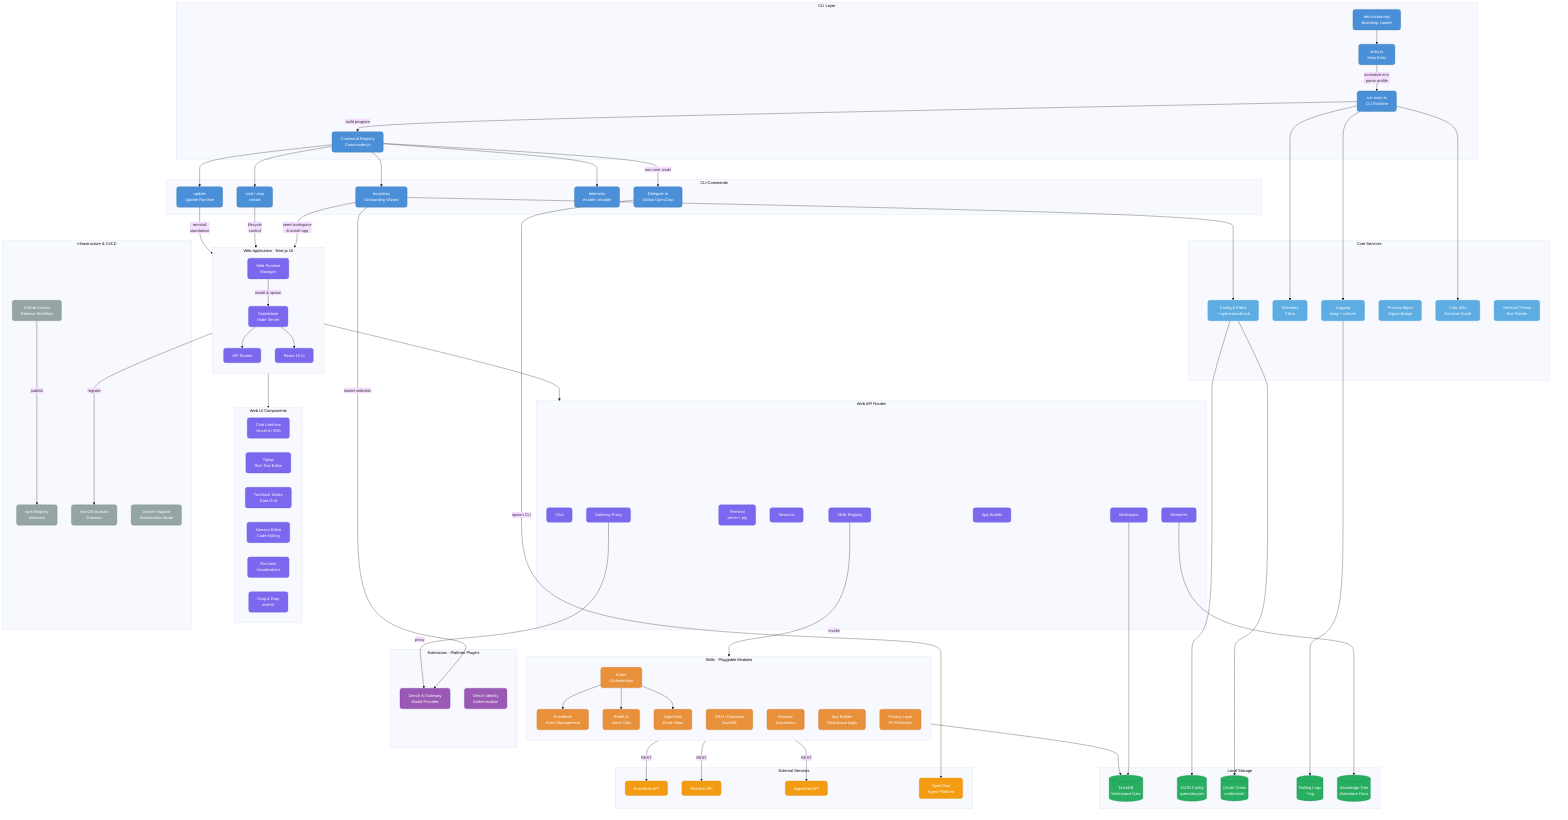
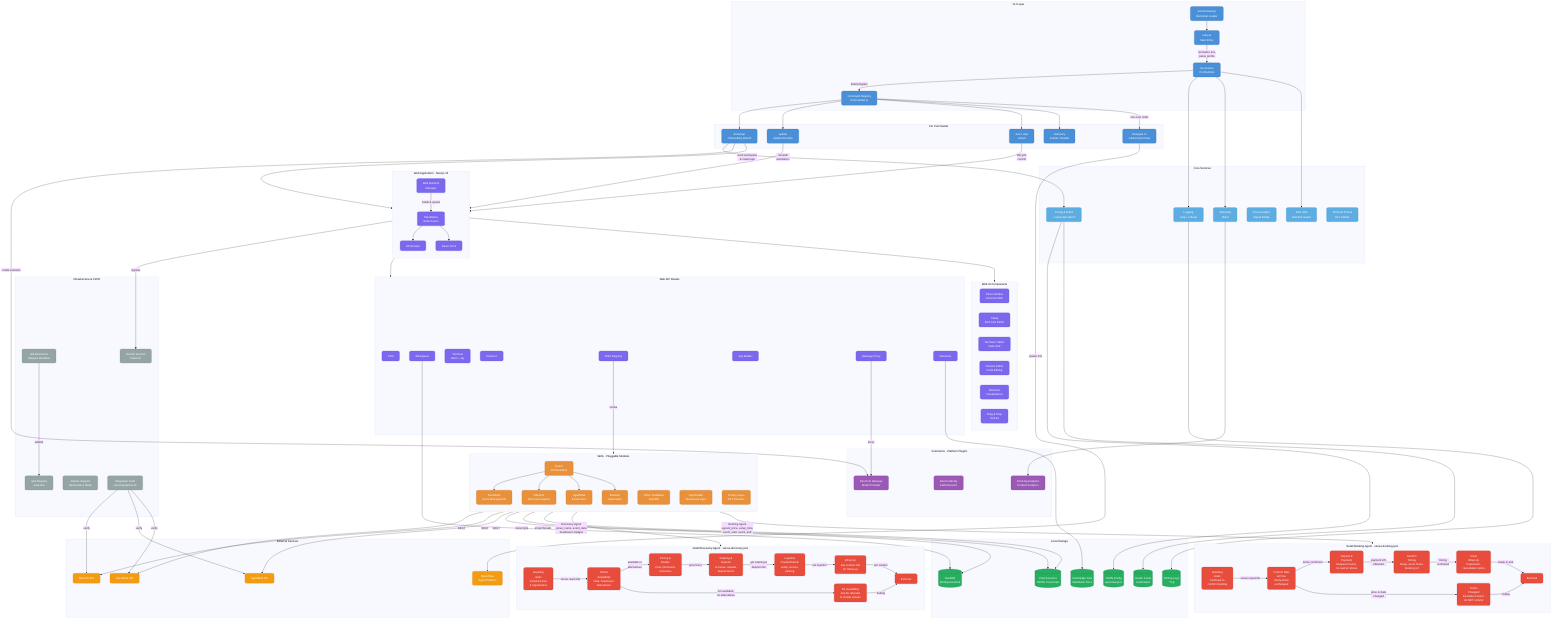
%%{ init: { "theme": "base", "themeVariables": { "fontSize": "14px" } } }%%
flowchart TD

    %% ── Entry ──────────────────────────────────────────────
    subgraph CLI["CLI Layer"]
        ENTRY["denchclaw.mjs\nBootstrap Loader"]
        MAIN["entry.ts\nMain Entry"]
        RUNNER["run-main.ts\nCLI Runtime"]
        CMDREG["Command Registry\nCommander.js"]

        ENTRY --> MAIN
        MAIN -->|"normalize env,\nparse profile"| RUNNER
        RUNNER -->|"build program"| CMDREG
    end

    subgraph COMMANDS["CLI Commands"]
        BOOT["bootstrap\nOnboarding Wizard"]
        UPDATE["update\nUpdate Runtime"]
        START["start / stop\nrestart"]
        TELEM_CMD["telemetry\nenable / disable"]
        DELEGATE["Delegate to\nGlobal OpenClaw"]

        CMDREG --> BOOT
        CMDREG --> UPDATE
        CMDREG --> START
        CMDREG --> TELEM_CMD
        CMDREG -->|"non-core cmds"| DELEGATE
    end

    %% ── Web Application ───────────────────────────────────
    subgraph WEB["Web Application · Next.js 15"]
        direction TB
        WEBRT["Web Runtime\nManager"]
        SERVER["Standalone\nNode Server"]
        APIROUTES["API Routes"]
        UI["React 19 UI"]

        WEBRT -->|"install & spawn"| SERVER
        SERVER --> APIROUTES
        SERVER --> UI
    end

    subgraph WEBAPI["Web API Routes"]
        CHAT_API["Chat"]
        WORKSPACE_API["Workspace"]
        TERMINAL_API["Terminal\nxterm + pty"]
        SESSIONS_API["Sessions"]
        SKILLS_API["Skills Registry"]
        APPS_API["App Builder"]
        GATEWAY_API["Gateway Proxy"]
        MEMORIES_API["Memories"]
    end

    subgraph WEBUI["Web UI Components"]
        CHATUI["Chat Interface\nVercel AI SDK"]
        EDITOR["Tiptap\nRich Text Editor"]
        TABLES["TanStack Tables\nData Grid"]
        MONACOUI["Monaco Editor\nCode Editing"]
        CHARTS["Recharts\nVisualizations"]
        DND["Drag & Drop\ndnd-kit"]
    end

    APIROUTES --> WEBAPI
    UI --> WEBUI

    %% ── Skills ─────────────────────────────────────────────
    subgraph SKILLS["Skills · Pluggable Modules"]
        direction TB
        EVENTBRITE["Eventbrite\nEvent Management"]
-         RETELL["Retell AI\nVoice Calls"]
+         RETELL["Retell AI\nDual Voice Agents"]
        AGENTMAIL["AgentMail\nEmail Inbox"]
        ORCHESTRATION["Event\nOrchestration"]
        CRM["CRM / Database\nDuckDB"]
        BROWSER["Browser\nAutomation"]
        APPBUILDER["App Builder\nWorkspace Apps"]
        PRIVACY["Privacy Layer\nPII Protection"]
    end

    %% ── Extensions ─────────────────────────────────────────
    subgraph EXTENSIONS["Extensions · Platform Plugins"]
        AIGATEWAY["Dench AI Gateway\nModel Provider"]
        IDENTITY["Dench Identity\nAuthentication"]
+         POSTHOG["PostHog Analytics\nProduct Analytics"]
    end

    %% ── Core Services ──────────────────────────────────────
    subgraph CORE["Core Services"]
        LOGGING["Logging\ntslog + rollover"]
        TELEMETRY["Telemetry\nClient"]
        CONFIG["Config & Paths\n~/.openclaw-dench"]
        PROCESS["Process Mgmt\nSignal Bridge"]
        INFRA["Infra Utils\nRuntime Guard"]
        TERMINAL_MOD["Terminal Theme\nEve Palette"]
    end

    %% ── External Services ──────────────────────────────────
    subgraph EXTERNAL["External Services"]
        EVENTBRITE_API["Eventbrite API"]
        RETELL_API["Retell AI API"]
        AGENTMAIL_API["AgentMail API"]
        OPENCLAW["OpenClaw\nAgent Platform"]
    end

    %% ── Storage ────────────────────────────────────────────
    subgraph STORAGE["Local Storage"]
        DUCKDB[("DuckDB\nWorkspace Data")]
        JSONCONF[("JSON Config\nopenclaw.json")]
        OAUTH[("OAuth Creds\ncredentials/")]
        LOGS[("Rolling Logs\n*.log")]
        MARKDOWN[("Knowledge Tree\nMarkdown Docs")]
+         CHATSESSIONS[("Chat Sessions\nJSONL Transcripts")]
    end

    %% ── Infrastructure ─────────────────────────────────────
    subgraph INFRA_CI["Infrastructure & CI/CD"]
        GHA["GitHub Actions\nRelease Workflow"]
        NPM["npm Registry\neveevent"]
        LAUNCHD["macOS launchd\nDaemon"]
        DOCKER["Docker Support\nDaemonless Mode"]
+         INTEGRATION_TESTS["Integration Tests\ntest-integrations.sh"]
    end

    %% ── Relationships ──────────────────────────────────────

    %% CLI → Web
    BOOT -->|"seed workspace\n& install app"| WEBRT
    START -->|"lifecycle\ncontrol"| WEBRT
    UPDATE -->|"reinstall\nstandalone"| WEBRT

    %% CLI → Core
    BOOT --> CONFIG
    RUNNER --> LOGGING
    RUNNER --> TELEMETRY
    RUNNER --> INFRA
    BOOT -->|"model selection"| AIGATEWAY

    %% CLI → External
    DELEGATE -->|"spawn CLI"| OPENCLAW

    %% Web → Skills
    SKILLS_API -->|"invoke"| SKILLS

    %% Web → Storage
    WORKSPACE_API --> DUCKDB
    MEMORIES_API --> MARKDOWN
    GATEWAY_API -->|"proxy"| AIGATEWAY

    %% Skills → External APIs
    EVENTBRITE -->|"REST"| EVENTBRITE_API
    RETELL -->|"REST"| RETELL_API
    AGENTMAIL -->|"REST"| AGENTMAIL_API
    ORCHESTRATION --> EVENTBRITE
    ORCHESTRATION --> RETELL
    ORCHESTRATION --> AGENTMAIL
+     ORCHESTRATION --> BROWSER
    CRM --> DUCKDB

+     %% Skills → Storage
+     RETELL -->|"transcripts"| CHATSESSIONS
+     AGENTMAIL -->|"email threads"| CHATSESSIONS
+ 
    %% Extensions
- 
+     TELEMETRY --> POSTHOG

    %% Core → Storage
    CONFIG --> JSONCONF
    CONFIG --> OAUTH
    LOGGING --> LOGS

    %% Infra/CI
    GHA -->|"publish"| NPM
    WEBRT -->|"register"| LAUNCHD
+     INTEGRATION_TESTS -->|"verify"| RETELL_API
+     INTEGRATION_TESTS -->|"verify"| AGENTMAIL_API
+     INTEGRATION_TESTS -->|"verify"| EVENTBRITE_API
+ 
+     %% ══════════════════════════════════════════════════════
+     %% Retell AI Agent Architectures
+     %% ══════════════════════════════════════════════════════
+ 
+     %% ── Discovery Agent ──────────────────────────────────
+     subgraph DISCOVERY_AGENT["Retell Discovery Agent · venue-discovery.json"]
+         direction LR
+         D_GREET["Greeting\n·static·\nIntroduce Eve\n& organization"]
+         D_AVAIL["Check\nAvailability\nDate, headcount,\nalternatives"]
+         D_PRICE["Pricing &\nDetails\nCost, minimums,\ninclusions"]
+         D_CATER["Catering &\nDeposit\nIn-house, outside,\ndeposit terms"]
+         D_LOGIS["Logistics\nPrivate/shared,\nsetup, access,\nparking"]
+         D_WRAP["Wrap Up\nGet contact info\nfor follow-up"]
+         D_NOAVAIL["No Availability\nAsk for referrals\nto similar venues"]
+         D_END["End Call"]
+ 
+         D_GREET -->|"venue responds"| D_AVAIL
+         D_AVAIL -->|"available or\nalternatives"| D_PRICE
+         D_AVAIL -->|"not available,\nno alternatives"| D_NOAVAIL
+         D_PRICE -->|"got pricing"| D_CATER
+         D_CATER -->|"got catering &\ndeposit info"| D_LOGIS
+         D_LOGIS -->|"got logistics"| D_WRAP
+         D_WRAP -->|"got contact"| D_END
+         D_NOAVAIL -->|"ending"| D_END
+     end
+ 
+     %% ── Booking Agent ────────────────────────────────────
+     subgraph BOOKING_AGENT["Retell Booking Agent · venue-booking.json"]
+         direction LR
+         B_GREET["Greeting\n·static·\nCall back to\nconfirm booking"]
+         B_CONFIRM["Confirm Date\n& Price\nVerify terms\nunchanged"]
+         B_DEPOSIT["Deposit &\nPayment\nRequest invoice,\nno card on phone"]
+         B_TIMING["Confirm\nTiming\nSetup, event hours,\nbooking ref"]
+         B_FINAL["Final\nWrap Up\nPaperwork,\ncancellation policy"]
+         B_CHANGED["Terms\nChanged\nEscalate to team,\ndo NOT commit"]
+         B_END["End Call"]
+ 
+         B_GREET -->|"venue responds"| B_CONFIRM
+         B_CONFIRM -->|"terms confirmed"| B_DEPOSIT
+         B_CONFIRM -->|"price or date\nchanged"| B_CHANGED
+         B_DEPOSIT -->|"payment info\nobtained"| B_TIMING
+         B_TIMING -->|"timing\nconfirmed"| B_FINAL
+         B_FINAL -->|"ready to end"| B_END
+         B_CHANGED -->|"ending"| B_END
+     end
+ 
+     %% ── Agent link to skill ──────────────────────────────
+     RETELL -->|"Discovery Agent\nvenue_name, event_date,\nheadcount, budget"| DISCOVERY_AGENT
+     RETELL -->|"Booking Agent\nagreed_price, setup_time,\nevent_start, event_end"| BOOKING_AGENT

    %% ── Styles ─────────────────────────────────────────────
    classDef cli fill:#4A90D9,stroke:#2C5F8A,color:#fff,rx:8
    classDef web fill:#7B68EE,stroke:#5A4FCF,color:#fff,rx:8
    classDef skill fill:#E8913A,stroke:#C47020,color:#fff,rx:8
    classDef ext fill:#9B59B6,stroke:#7D3C98,color:#fff,rx:8
    classDef core fill:#5DADE2,stroke:#3498DB,color:#fff,rx:8
    classDef external fill:#F39C12,stroke:#D68910,color:#fff,rx:8
    classDef storage fill:#27AE60,stroke:#1E8449,color:#fff,rx:8
    classDef infra fill:#95A5A6,stroke:#717D7E,color:#fff,rx:8
+     classDef agent fill:#E74C3C,stroke:#C0392B,color:#fff,rx:8

    class ENTRY,MAIN,RUNNER,CMDREG cli
    class BOOT,UPDATE,START,TELEM_CMD,DELEGATE cli
    class WEBRT,SERVER,APIROUTES,UI web
    class CHAT_API,WORKSPACE_API,TERMINAL_API,SESSIONS_API,SKILLS_API,APPS_API,GATEWAY_API,MEMORIES_API web
    class CHATUI,EDITOR,TABLES,MONACOUI,CHARTS,DND web
    class EVENTBRITE,RETELL,AGENTMAIL,ORCHESTRATION,CRM,BROWSER,APPBUILDER,PRIVACY skill
-     class AIGATEWAY,IDENTITY ext
+     class AIGATEWAY,IDENTITY,POSTHOG ext
    class LOGGING,TELEMETRY,CONFIG,PROCESS,INFRA,TERMINAL_MOD core
    class EVENTBRITE_API,RETELL_API,AGENTMAIL_API,OPENCLAW external
-     class DUCKDB,JSONCONF,OAUTH,LOGS,MARKDOWN storage
-     class GHA,NPM,LAUNCHD,DOCKER infra
+     class DUCKDB,JSONCONF,OAUTH,LOGS,MARKDOWN,CHATSESSIONS storage
+     class GHA,NPM,LAUNCHD,DOCKER,INTEGRATION_TESTS infra
+     class D_GREET,D_AVAIL,D_PRICE,D_CATER,D_LOGIS,D_WRAP,D_NOAVAIL,D_END agent
+     class B_GREET,B_CONFIRM,B_DEPOSIT,B_TIMING,B_FINAL,B_CHANGED,B_END agent
